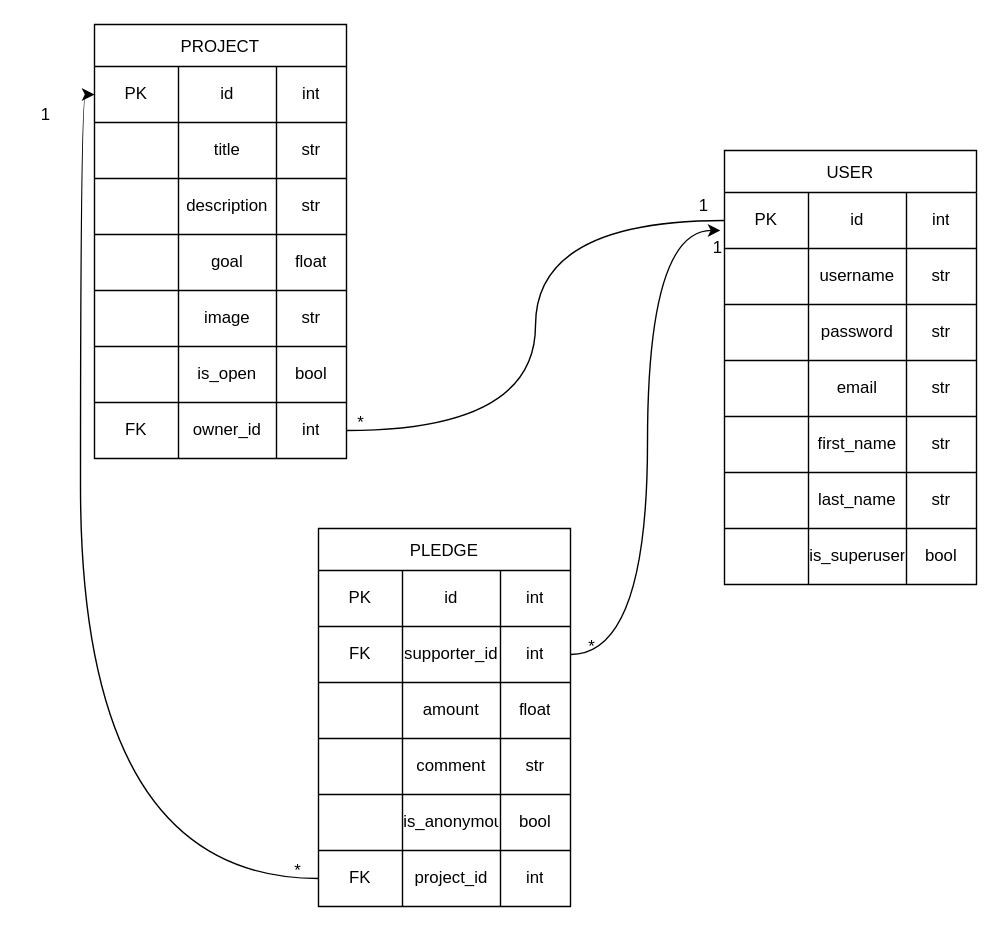
AbbyKuo/crowdfunding_back_end keeps this draw.io diagram as erd.drawio. Above is the earlier version. Source tidied: cells renumbered, new cells numbered last; positions are measured from the earlier drawing's top-left corner, leaving out a move shared by most shapes. Both pictures are drawn from the tidied source at 140%, with x=0, y=0 at pixel (24, 24).
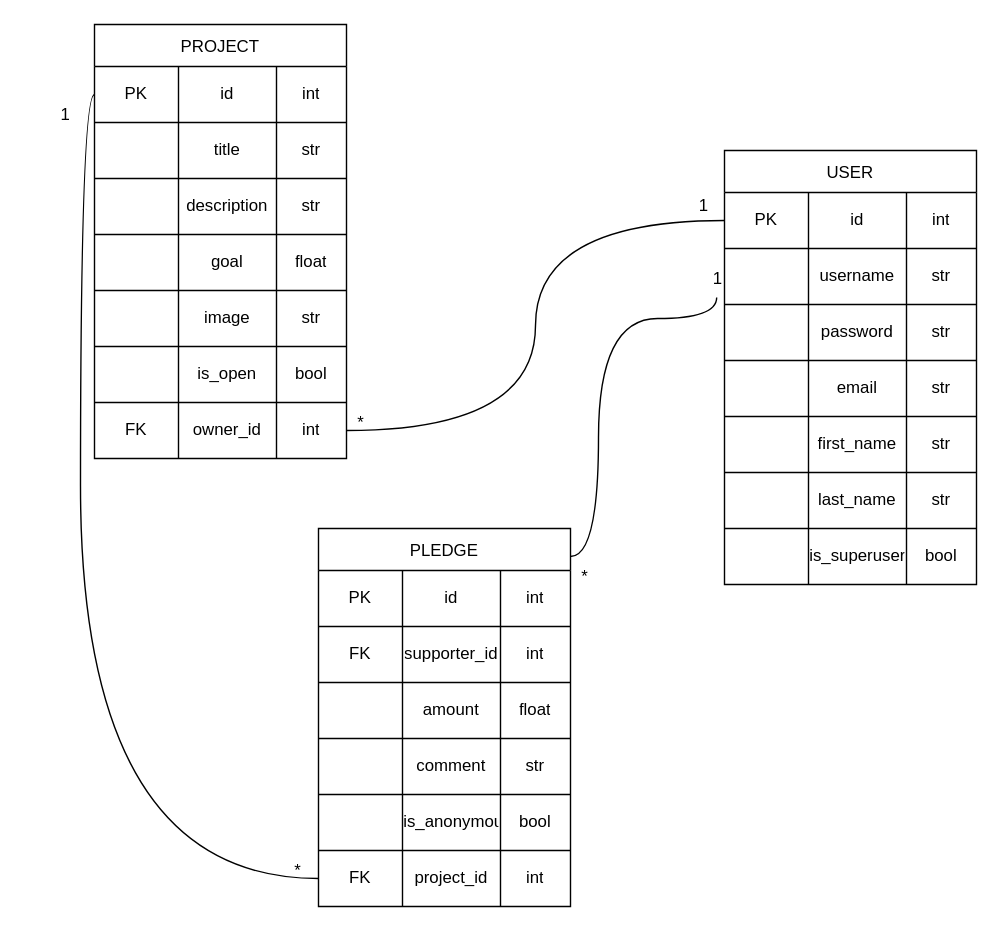
After the change.

The change refers to these unchanged cells:
```xml
<mxCell id="3" style="shape=tableRow;horizontal=0;startSize=0;swimlaneHead=0;swimlaneBody=0;top=0;left=0;bottom=0;right=0;fillColor=none;points=[[0,0.5],[1,0.5]];portConstraint=eastwest;" parent="2" vertex="1">
  <mxGeometry y="30" width="180" height="40" as="geometry" />
</mxCell>
<mxCell id="32" style="shape=tableRow;horizontal=0;startSize=0;swimlaneHead=0;swimlaneBody=0;top=0;left=0;bottom=0;right=0;fillColor=none;points=[[0,0.5],[1,0.5]];portConstraint=eastwest;" parent="31" vertex="1">
  <mxGeometry y="30" width="180" height="40" as="geometry" />
</mxCell>
<mxCell id="40" style="shape=tableRow;horizontal=0;startSize=0;swimlaneHead=0;swimlaneBody=0;top=0;left=0;bottom=0;right=0;fillColor=none;points=[[0,0.5],[1,0.5]];portConstraint=eastwest;" parent="31" vertex="1">
  <mxGeometry y="110" width="180" height="40" as="geometry" />
</mxCell>
<mxCell id="65" style="shape=tableRow;horizontal=0;startSize=0;swimlaneHead=0;swimlaneBody=0;top=0;left=0;bottom=0;right=0;fillColor=none;points=[[0,0.5],[1,0.5]];portConstraint=eastwest;" parent="60" vertex="1">
  <mxGeometry y="70" width="180" height="40" as="geometry" />
</mxCell>
<mxCell id="81" style="shape=tableRow;horizontal=0;startSize=0;swimlaneHead=0;swimlaneBody=0;top=0;left=0;bottom=0;right=0;fillColor=none;points=[[0,0.5],[1,0.5]];portConstraint=eastwest;" parent="60" vertex="1">
  <mxGeometry y="230" width="180" height="40" as="geometry" />
</mxCell>
```

What changed in the source:
```diff
@@
-    <mxCell id="86" style="edgeStyle=orthogonalEdgeStyle;curved=1;html=1;exitX=1;exitY=0.5;exitDx=0;exitDy=0;entryX=-0.016;entryY=0.677;entryDx=0;entryDy=0;entryPerimeter=0;" parent="1" edge="1" source="65" target="32">
-      <mxGeometry relative="1" as="geometry" />
-    </mxCell>
-    <mxCell id="87" style="edgeStyle=orthogonalEdgeStyle;curved=1;html=1;exitX=0;exitY=0.5;exitDx=0;exitDy=0;entryX=0;entryY=0.5;entryDx=0;entryDy=0;" parent="1" edge="1" source="81" target="3">
+    <mxCell id="87" style="html=1;exitX=0;exitY=0.5;exitDx=0;exitDy=0;entryX=0;entryY=0.5;entryDx=0;entryDy=0;edgeStyle=orthogonalEdgeStyle;curved=1;endArrow=none;endFill=0;" parent="1" edge="1" source="81" target="3">
       <mxGeometry relative="1" as="geometry" />
     </mxCell>
@@
     <mxCell id="90" value="1" style="text;html=1;align=center;verticalAlign=middle;strokeColor=none;fillColor=none;" parent="1" vertex="1">
-      <mxGeometry x="480" y="145" width="30" height="30" as="geometry" />
+      <mxGeometry x="480" y="167" width="30" height="30" as="geometry" />
     </mxCell>
     <mxCell id="91" value="*" style="text;html=1;align=center;verticalAlign=middle;strokeColor=none;fillColor=none;" parent="1" vertex="1">
-      <mxGeometry x="390" y="430" width="30" height="30" as="geometry" />
+      <mxGeometry x="385" y="380" width="30" height="30" as="geometry" />
     </mxCell>
@@
     <mxCell id="93" value="1" style="text;html=1;align=center;verticalAlign=middle;strokeColor=none;fillColor=none;" parent="1" vertex="1">
-      <mxGeometry y="50" width="30" height="30" as="geometry" />
+      <mxGeometry x="14" y="50" width="30" height="30" as="geometry" />
     </mxCell>
+    <mxCell id="94" style="edgeStyle=orthogonalEdgeStyle;curved=1;html=1;entryX=-0.031;entryY=-0.126;entryDx=0;entryDy=0;endArrow=none;endFill=0;entryPerimeter=0;" parent="1" edge="1" target="40">
+      <mxGeometry relative="1" as="geometry">
+        <mxPoint x="390" y="380" as="sourcePoint" />
+        <Array as="points">
+          <mxPoint x="410" y="380" />
+          <mxPoint x="410" y="210" />
+          <mxPoint x="494" y="210" />
+        </Array>
+      </mxGeometry>
+    </mxCell>
```
